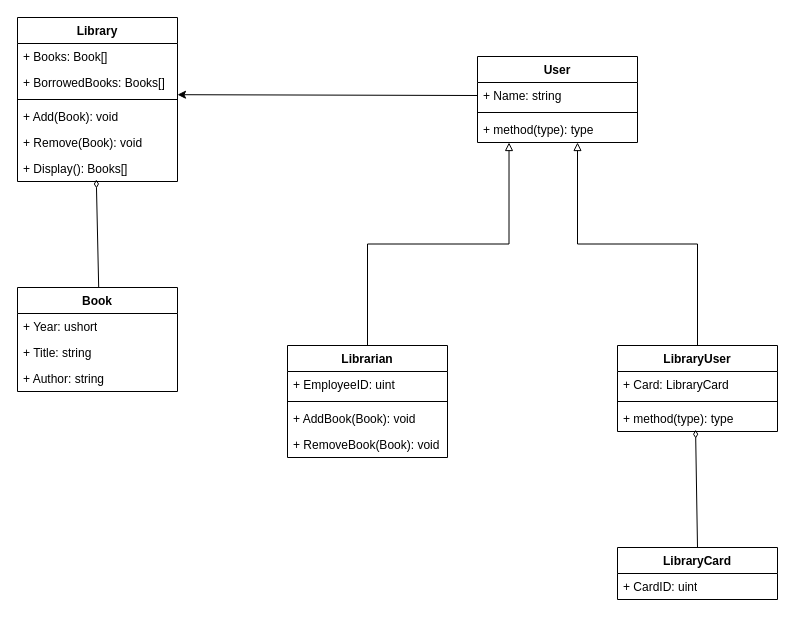
This is UML Diagram.drawio from HoBaaMa/Library-Management-System, a draw.io file, before an edit. Source tidied: cells renumbered, new cells numbered last; positions are measured from the earlier drawing's top-left corner, leaving out a move shared by most shapes. Both pictures are drawn from the tidied source at 100%, with x=0, y=0 at pixel (17, 17).
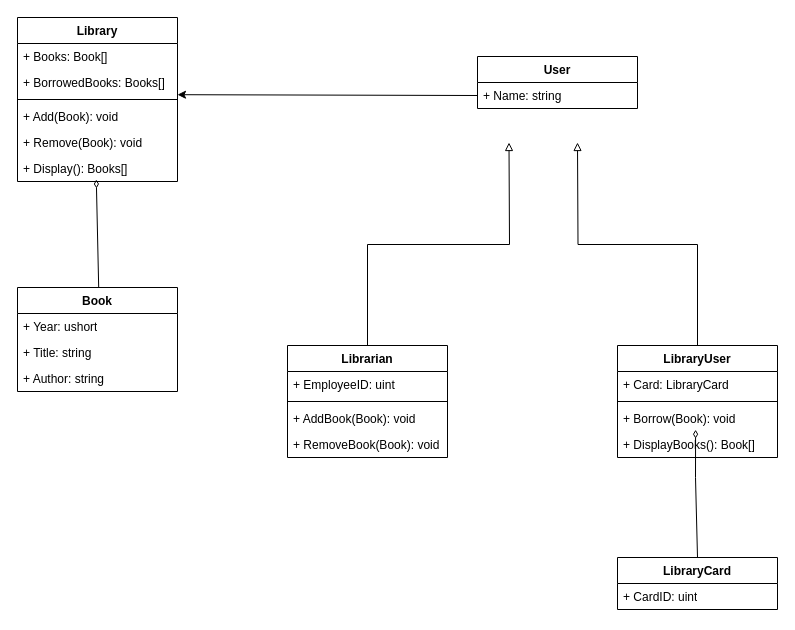
After the change.

The change refers to these unchanged cells:
```xml
<mxCell id="23" value="&lt;b&gt;Librarian&lt;/b&gt;" style="swimlane;fontStyle=1;align=center;verticalAlign=top;horizontal=1;startSize=26;whiteSpace=wrap;html=1;" parent="1" vertex="1">
  <mxGeometry x="270" y="328" width="160" height="112" as="geometry" />
</mxCell>
```

What changed in the source:
```diff
@@
     <mxCell id="13" value="&lt;b&gt;LibraryCard&lt;/b&gt;&lt;div&gt;&lt;b&gt;&lt;br&gt;&lt;/b&gt;&lt;/div&gt;" style="swimlane;fontStyle=1;align=center;verticalAlign=top;horizontal=1;startSize=26;whiteSpace=wrap;html=1;" parent="1" vertex="1">
-      <mxGeometry x="600" y="530" width="160" height="52" as="geometry" />
+      <mxGeometry x="600" y="540" width="160" height="52" as="geometry" />
     </mxCell>
@@
     <mxCell id="15" value="User" style="swimlane;fontStyle=1;align=center;verticalAlign=top;horizontal=1;startSize=26;whiteSpace=wrap;html=1;" parent="1" vertex="1">
-      <mxGeometry x="460" y="39" width="160" height="86" as="geometry" />
+      <mxGeometry x="460" y="39" width="160" height="52" as="geometry" />
     </mxCell>
@@
-    <mxCell id="17" style="line;strokeWidth=1;fillColor=none;align=left;verticalAlign=middle;spacingTop=-1;spacingLeft=3;spacingRight=3;labelPosition=right;strokeColor=inherit;" parent="15" vertex="1">
-      <mxGeometry y="52" width="160" height="8" as="geometry" />
-    </mxCell>
-    <mxCell id="18" value="+ method(type): type" style="text;strokeColor=none;fillColor=none;align=left;verticalAlign=top;spacingLeft=4;spacingRight=4;overflow=hidden;points=[[0,0.5],[1,0.5]];portConstraint=eastwest;whiteSpace=wrap;html=1;" parent="15" vertex="1">
-      <mxGeometry y="60" width="160" height="26" as="geometry" />
-    </mxCell>
     <mxCell id="19" value="LibraryUser" style="swimlane;fontStyle=1;align=center;verticalAlign=top;horizontal=1;startSize=26;whiteSpace=wrap;html=1;" parent="1" vertex="1">
-      <mxGeometry x="600" y="328" width="160" height="86" as="geometry" />
+      <mxGeometry x="600" y="328" width="160" height="112" as="geometry" />
     </mxCell>
@@
-    <mxCell id="22" value="+ method(type): type" style="text;strokeColor=none;fillColor=none;align=left;verticalAlign=top;spacingLeft=4;spacingRight=4;overflow=hidden;points=[[0,0.5],[1,0.5]];portConstraint=eastwest;whiteSpace=wrap;html=1;" parent="19" vertex="1">
+    <mxCell id="22" value="+ Borrow(Book): void" style="text;strokeColor=none;fillColor=none;align=left;verticalAlign=top;spacingLeft=4;spacingRight=4;overflow=hidden;points=[[0,0.5],[1,0.5]];portConstraint=eastwest;whiteSpace=wrap;html=1;" parent="19" vertex="1">
       <mxGeometry y="60" width="160" height="26" as="geometry" />
     </mxCell>
+    <mxCell id="33" value="+ DisplayBooks(): Book[]" style="text;strokeColor=none;fillColor=none;align=left;verticalAlign=top;spacingLeft=4;spacingRight=4;overflow=hidden;whiteSpace=wrap;html=1;" parent="19" vertex="1">
+      <mxGeometry y="86" width="160" height="26" as="geometry" />
+    </mxCell>
@@
-    <mxCell id="28" style="edgeStyle=orthogonalEdgeStyle;rounded=0;jettySize=auto;html=1;exitX=0.5;exitY=0;exitDx=0;exitDy=0;entryX=0.625;entryY=1;entryDx=0;entryDy=0;entryPerimeter=0;endArrow=block;endFill=0;" parent="1" edge="1" source="19" target="18">
-      <mxGeometry relative="1" as="geometry" />
+    <mxCell id="28" style="edgeStyle=orthogonalEdgeStyle;rounded=0;jettySize=auto;html=1;exitX=0.5;exitY=0;exitDx=0;exitDy=0;entryX=0.625;entryY=1;entryDx=0;entryDy=0;entryPerimeter=0;endArrow=block;endFill=0;" parent="1" edge="1" source="19">
+      <mxGeometry relative="1" as="geometry">
+        <mxPoint x="560" y="125" as="targetPoint" />
+      </mxGeometry>
     </mxCell>
-    <mxCell id="29" style="edgeStyle=orthogonalEdgeStyle;rounded=0;jettySize=auto;html=1;exitX=0.5;exitY=0;exitDx=0;exitDy=0;entryX=0.197;entryY=1;entryDx=0;entryDy=0;entryPerimeter=0;endArrow=block;endFill=0;" parent="1" edge="1" source="23" target="18">
-      <mxGeometry relative="1" as="geometry" />
+    <mxCell id="29" style="edgeStyle=orthogonalEdgeStyle;rounded=0;jettySize=auto;html=1;exitX=0.5;exitY=0;exitDx=0;exitDy=0;entryX=0.197;entryY=1;entryDx=0;entryDy=0;entryPerimeter=0;endArrow=block;endFill=0;" parent="1" edge="1" source="23">
+      <mxGeometry relative="1" as="geometry">
+        <mxPoint x="491.5" y="125" as="targetPoint" />
+      </mxGeometry>
     </mxCell>
     <mxCell id="30" style="rounded=0;jettySize=auto;html=1;exitX=0.5;exitY=0;exitDx=0;exitDy=0;entryX=0.488;entryY=0.931;entryDx=0;entryDy=0;entryPerimeter=0;endArrow=diamondThin;endFill=0;" parent="1" edge="1" source="13" target="22">
-      <mxGeometry relative="1" as="geometry" />
+      <mxGeometry relative="1" as="geometry">
+        <Array as="points">
+          <mxPoint x="678" y="460" />
+        </Array>
+      </mxGeometry>
     </mxCell>
```
